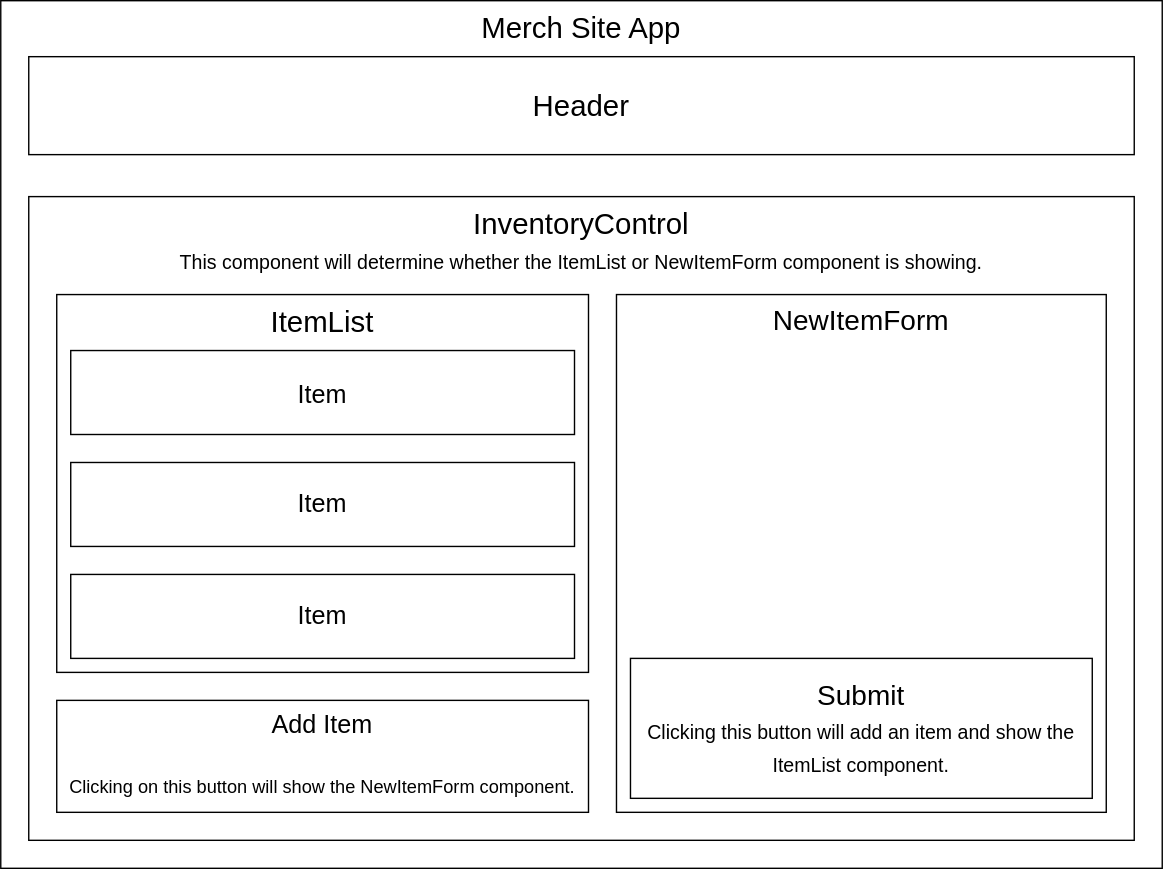
Earlier version of the draw.io export Merch_Site_Diagram.drawio.svg (besure94/merch-site). Source tidied: cells renumbered, new cells last; positions are measured from the earlier drawing's top-left corner, leaving out a move shared by most shapes. The source it was exported from:
```xml
<mxGraphModel>
  <root>
    <mxCell id="0" />
    <mxCell id="1" parent="0" />
    <mxCell id="2" value="&lt;font style=&quot;font-size: 21px;&quot;&gt;Merch Site App&lt;/font&gt;" style="rounded=0;whiteSpace=wrap;html=1;verticalAlign=top;" parent="1" vertex="1">
      <mxGeometry width="830" height="620" as="geometry" />
    </mxCell>
    <mxCell id="3" value="Header" style="rounded=0;whiteSpace=wrap;html=1;fontSize=21;" parent="1" vertex="1">
      <mxGeometry x="20" y="40" width="790" height="70" as="geometry" />
    </mxCell>
    <mxCell id="4" value="InventoryControl&lt;br&gt;&lt;font style=&quot;font-size: 14px;&quot;&gt;This component will determine whether the ItemList or NewItemForm component is showing.&lt;/font&gt;" style="rounded=0;whiteSpace=wrap;html=1;fontSize=21;verticalAlign=top;" parent="1" vertex="1">
      <mxGeometry x="20" y="140" width="790" height="460" as="geometry" />
    </mxCell>
    <mxCell id="5" value="&lt;font style=&quot;font-size: 21px;&quot;&gt;ItemList&lt;/font&gt;" style="rounded=0;whiteSpace=wrap;html=1;fontSize=14;verticalAlign=top;" parent="1" vertex="1">
      <mxGeometry x="40" y="210" width="380" height="270" as="geometry" />
    </mxCell>
    <mxCell id="6" value="&lt;font style=&quot;font-size: 18px;&quot;&gt;Item&lt;/font&gt;" style="rounded=0;whiteSpace=wrap;html=1;fontSize=21;" parent="1" vertex="1">
      <mxGeometry x="50" y="250" width="360" height="60" as="geometry" />
    </mxCell>
    <mxCell id="7" value="Item" style="rounded=0;whiteSpace=wrap;html=1;fontSize=18;" parent="1" vertex="1">
      <mxGeometry x="50" y="330" width="360" height="60" as="geometry" />
    </mxCell>
    <mxCell id="8" value="Item" style="rounded=0;whiteSpace=wrap;html=1;fontSize=18;" parent="1" vertex="1">
      <mxGeometry x="50" y="410" width="360" height="60" as="geometry" />
    </mxCell>
    <mxCell id="9" value="Add Item&lt;br&gt;&lt;br&gt;&lt;font style=&quot;font-size: 13px;&quot;&gt;Clicking on this button will show the NewItemForm component.&lt;/font&gt;" style="rounded=0;whiteSpace=wrap;html=1;fontSize=18;" parent="1" vertex="1">
      <mxGeometry x="40" y="500" width="380" height="80" as="geometry" />
    </mxCell>
    <mxCell id="10" value="&lt;font style=&quot;font-size: 20px;&quot;&gt;NewItemForm&lt;/font&gt;" style="rounded=0;whiteSpace=wrap;html=1;fontSize=13;verticalAlign=top;" parent="1" vertex="1">
      <mxGeometry x="440" y="210" width="350" height="370" as="geometry" />
    </mxCell>
    <mxCell id="11" value="Submit&lt;br&gt;&lt;font style=&quot;font-size: 14px;&quot;&gt;Clicking this button will add an item and show the ItemList component.&lt;/font&gt;" style="rounded=0;whiteSpace=wrap;html=1;fontSize=20;" parent="1" vertex="1">
      <mxGeometry x="450" y="470" width="330" height="100" as="geometry" />
    </mxCell>
  </root>
</mxGraphModel>
```
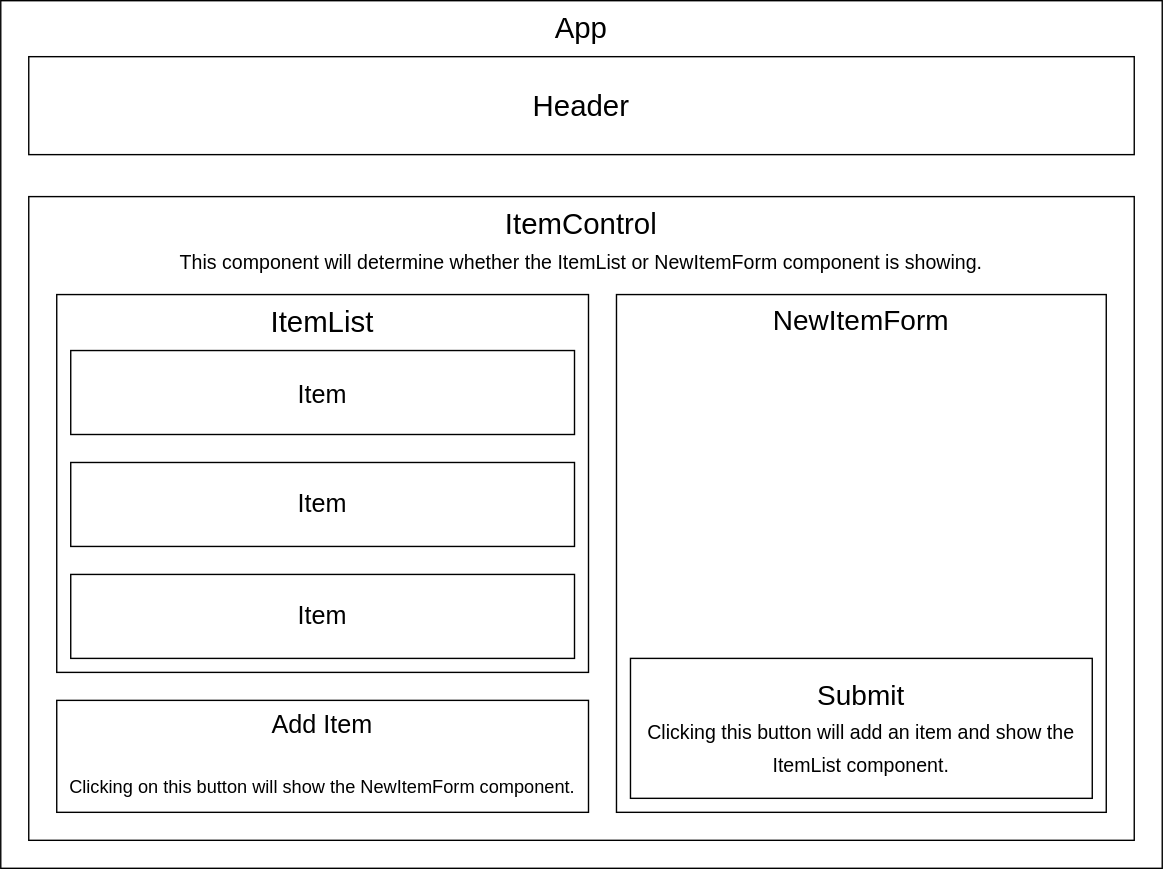
The same diagram one commit later.

Commit message:
Update component names in diagram, and create blank files for respective components.

The edit, as a diff of the source:
```diff
@@ -2,13 +2,13 @@
   <root>
     <mxCell id="0" />
     <mxCell id="1" parent="0" />
-    <mxCell id="2" value="&lt;font style=&quot;font-size: 21px;&quot;&gt;Merch Site App&lt;/font&gt;" style="rounded=0;whiteSpace=wrap;html=1;verticalAlign=top;" parent="1" vertex="1">
+    <mxCell id="2" value="&lt;font style=&quot;font-size: 21px;&quot;&gt;App&lt;/font&gt;" style="rounded=0;whiteSpace=wrap;html=1;verticalAlign=top;" parent="1" vertex="1">
       <mxGeometry width="830" height="620" as="geometry" />
     </mxCell>
     <mxCell id="3" value="Header" style="rounded=0;whiteSpace=wrap;html=1;fontSize=21;" parent="1" vertex="1">
       <mxGeometry x="20" y="40" width="790" height="70" as="geometry" />
     </mxCell>
-    <mxCell id="4" value="InventoryControl&lt;br&gt;&lt;font style=&quot;font-size: 14px;&quot;&gt;This component will determine whether the ItemList or NewItemForm component is showing.&lt;/font&gt;" style="rounded=0;whiteSpace=wrap;html=1;fontSize=21;verticalAlign=top;" parent="1" vertex="1">
+    <mxCell id="4" value="ItemControl&lt;br&gt;&lt;font style=&quot;font-size: 14px;&quot;&gt;This component will determine whether the ItemList or NewItemForm component is showing.&lt;/font&gt;" style="rounded=0;whiteSpace=wrap;html=1;fontSize=21;verticalAlign=top;" parent="1" vertex="1">
       <mxGeometry x="20" y="140" width="790" height="460" as="geometry" />
     </mxCell>
     <mxCell id="5" value="&lt;font style=&quot;font-size: 21px;&quot;&gt;ItemList&lt;/font&gt;" style="rounded=0;whiteSpace=wrap;html=1;fontSize=14;verticalAlign=top;" parent="1" vertex="1">
```
